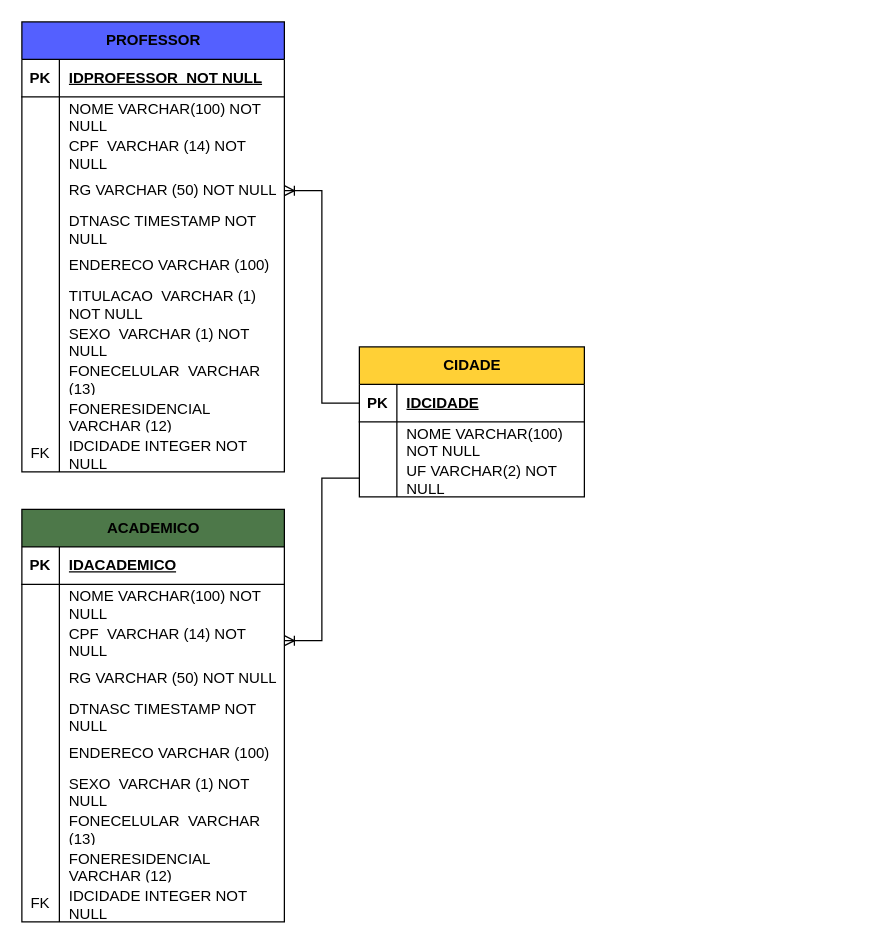
joaopaulopossamai/Banco-de-dados keeps this draw.io diagram as Diagrama sem nome2.drawio. Above is the earlier version. Source tidied: cells renumbered, new cells numbered last; positions are measured from the earlier drawing's top-left corner, leaving out a move shared by most shapes. Both pictures are drawn from the tidied source at 125%, with x=0, y=0 at pixel (21, 21).
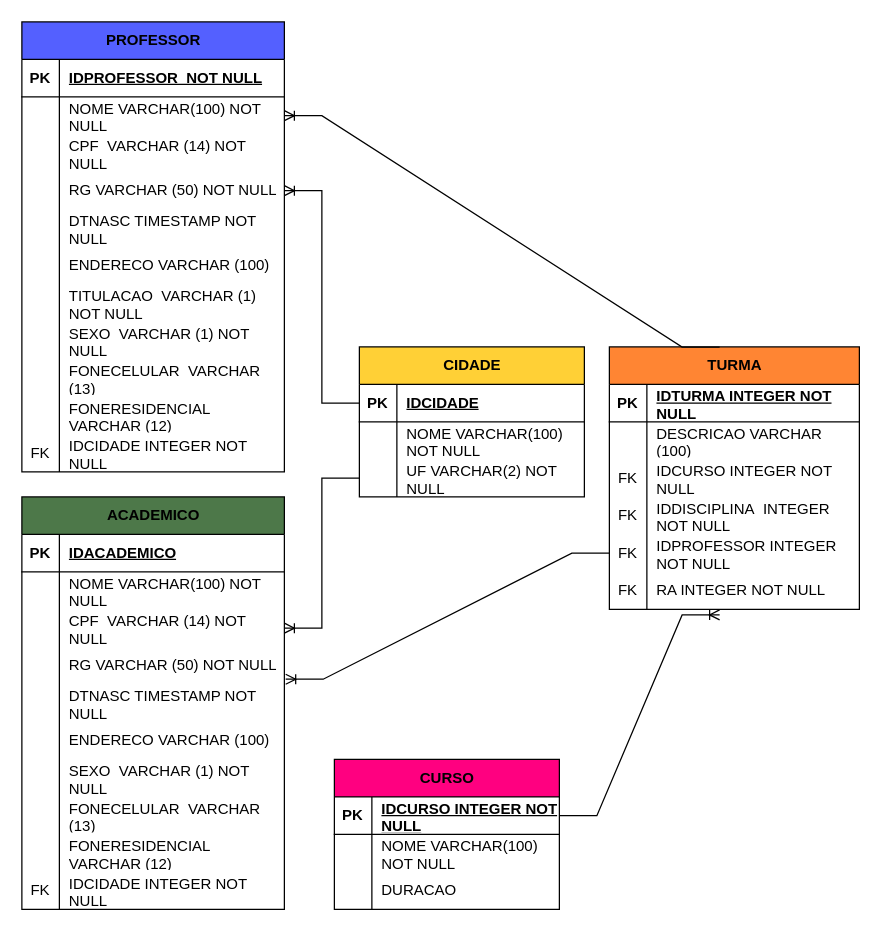
After the change.

Unchanged cells that the change refers to:
```xml
<mxCell id="16" style="shape=tableRow;horizontal=0;startSize=0;swimlaneHead=0;swimlaneBody=0;fillColor=none;points=[[0,0.5],[1,0.5]];portConstraint=eastwest;top=0;left=0;right=0;bottom=0;" parent="12" vertex="1">
  <mxGeometry y="60" width="210" height="30" as="geometry" />
</mxCell>
<mxCell id="59" style="shape=tableRow;horizontal=0;startSize=0;swimlaneHead=0;swimlaneBody=0;fillColor=none;points=[[0,0.5],[1,0.5]];portConstraint=eastwest;top=0;left=0;right=0;bottom=0;" parent="46" vertex="1">
  <mxGeometry y="150" width="210" height="30" as="geometry" />
</mxCell>
```

What changed in the source:
```diff
@@
     <mxCell id="46" value="ACADEMICO" style="shape=table;startSize=30;childLayout=tableLayout;rowLines=0;fontStyle=1;align=center;html=1;fillColor=#4D7849;" parent="1" vertex="1">
-      <mxGeometry y="390" width="210" height="330" as="geometry" />
+      <mxGeometry y="380" width="210" height="330" as="geometry" />
     </mxCell>
@@
+    <mxCell id="79" value="CURSO" style="shape=table;startSize=30;childLayout=tableLayout;rowLines=0;fontStyle=1;align=center;html=1;fillColor=#FF0080;" parent="1" vertex="1">
+      <mxGeometry x="250" y="590" width="180" height="120" as="geometry" />
+    </mxCell>
+    <mxCell id="80" style="shape=tableRow;horizontal=0;startSize=0;swimlaneHead=0;swimlaneBody=0;fillColor=none;points=[[0,0.5],[1,0.5]];portConstraint=eastwest;top=0;left=0;right=0;bottom=1;" parent="79" vertex="1">
+      <mxGeometry y="30" width="180" height="30" as="geometry" />
+    </mxCell>
+    <mxCell id="81" value="PK" style="shape=partialRectangle;fillColor=none;top=0;left=0;bottom=0;right=0;fontStyle=1;overflow=hidden;whiteSpace=wrap;html=1;" parent="80" vertex="1">
+      <mxGeometry width="30" height="30" as="geometry" />
+    </mxCell>
+    <mxCell id="82" value="IDCURSO INTEGER NOT NULL" style="shape=partialRectangle;fillColor=none;top=0;left=0;bottom=0;right=0;align=left;spacingLeft=6;fontStyle=5;overflow=hidden;whiteSpace=wrap;html=1;" parent="80" vertex="1">
+      <mxGeometry x="30" width="150" height="30" as="geometry" />
+    </mxCell>
+    <mxCell id="83" style="shape=tableRow;horizontal=0;startSize=0;swimlaneHead=0;swimlaneBody=0;fillColor=none;top=0;left=0;right=0;bottom=0;" parent="79" vertex="1">
+      <mxGeometry y="60" width="180" height="30" as="geometry" />
+    </mxCell>
+    <mxCell id="84" style="shape=partialRectangle;fillColor=none;top=0;left=0;bottom=0;right=0;overflow=hidden;whiteSpace=wrap;html=1;" parent="83" vertex="1">
+      <mxGeometry width="30" height="30" as="geometry" />
+    </mxCell>
+    <mxCell id="85" value="NOME VARCHAR(100) NOT NULL&amp;nbsp;" style="shape=partialRectangle;fillColor=none;top=0;left=0;bottom=0;right=0;align=left;spacingLeft=6;overflow=hidden;whiteSpace=wrap;html=1;" parent="83" vertex="1">
+      <mxGeometry x="30" width="150" height="30" as="geometry" />
+    </mxCell>
+    <mxCell id="86" style="shape=tableRow;horizontal=0;startSize=0;swimlaneHead=0;swimlaneBody=0;fillColor=none;top=0;left=0;right=0;bottom=0;" parent="79" vertex="1">
+      <mxGeometry y="90" width="180" height="30" as="geometry" />
+    </mxCell>
+    <mxCell id="87" style="shape=partialRectangle;fillColor=none;top=0;left=0;bottom=0;right=0;overflow=hidden;whiteSpace=wrap;html=1;" parent="86" vertex="1">
+      <mxGeometry width="30" height="30" as="geometry" />
+    </mxCell>
+    <mxCell id="88" value="DURACAO" style="shape=partialRectangle;fillColor=none;top=0;left=0;bottom=0;right=0;align=left;spacingLeft=6;overflow=hidden;whiteSpace=wrap;html=1;" parent="86" vertex="1">
+      <mxGeometry x="30" width="150" height="30" as="geometry" />
+    </mxCell>
+    <mxCell id="89" value="TURMA" style="shape=table;startSize=30;childLayout=tableLayout;rowLines=0;fontStyle=1;align=center;html=1;fillColor=#FF8533;" parent="1" vertex="1">
+      <mxGeometry x="470" y="260" width="200" height="210" as="geometry" />
+    </mxCell>
+    <mxCell id="90" style="shape=tableRow;horizontal=0;startSize=0;swimlaneHead=0;swimlaneBody=0;fillColor=none;top=0;left=0;right=0;bottom=1;" parent="89" vertex="1">
+      <mxGeometry y="30" width="200" height="30" as="geometry" />
+    </mxCell>
+    <mxCell id="91" value="PK" style="shape=partialRectangle;fillColor=none;top=0;left=0;bottom=0;right=0;fontStyle=1;overflow=hidden;whiteSpace=wrap;html=1;" parent="90" vertex="1">
+      <mxGeometry width="30" height="30" as="geometry" />
+    </mxCell>
+    <mxCell id="92" value="IDTURMA INTEGER NOT NULL" style="shape=partialRectangle;fillColor=none;top=0;left=0;bottom=0;right=0;align=left;spacingLeft=6;fontStyle=5;overflow=hidden;whiteSpace=wrap;html=1;" parent="90" vertex="1">
+      <mxGeometry x="30" width="170" height="30" as="geometry" />
+    </mxCell>
+    <mxCell id="93" style="shape=tableRow;horizontal=0;startSize=0;swimlaneHead=0;swimlaneBody=0;fillColor=none;top=0;left=0;right=0;bottom=0;" parent="89" vertex="1">
+      <mxGeometry y="60" width="200" height="30" as="geometry" />
+    </mxCell>
+    <mxCell id="94" style="shape=partialRectangle;fillColor=none;top=0;left=0;bottom=0;right=0;overflow=hidden;whiteSpace=wrap;html=1;" parent="93" vertex="1">
+      <mxGeometry width="30" height="30" as="geometry" />
+    </mxCell>
+    <mxCell id="95" value="DESCRICAO VARCHAR (100)" style="shape=partialRectangle;fillColor=none;top=0;left=0;bottom=0;right=0;align=left;spacingLeft=6;overflow=hidden;whiteSpace=wrap;html=1;" parent="93" vertex="1">
+      <mxGeometry x="30" width="170" height="30" as="geometry" />
+    </mxCell>
+    <mxCell id="96" style="shape=tableRow;horizontal=0;startSize=0;swimlaneHead=0;swimlaneBody=0;fillColor=none;top=0;left=0;right=0;bottom=0;" parent="89" vertex="1">
+      <mxGeometry y="90" width="200" height="30" as="geometry" />
+    </mxCell>
+    <mxCell id="97" value="FK" style="shape=partialRectangle;fillColor=none;top=0;left=0;bottom=0;right=0;overflow=hidden;whiteSpace=wrap;html=1;" parent="96" vertex="1">
+      <mxGeometry width="30" height="30" as="geometry" />
+    </mxCell>
+    <mxCell id="98" value="IDCURSO INTEGER NOT NULL" style="shape=partialRectangle;fillColor=none;top=0;left=0;bottom=0;right=0;align=left;spacingLeft=6;overflow=hidden;whiteSpace=wrap;html=1;" parent="96" vertex="1">
+      <mxGeometry x="30" width="170" height="30" as="geometry" />
+    </mxCell>
+    <mxCell id="99" style="shape=tableRow;horizontal=0;startSize=0;swimlaneHead=0;swimlaneBody=0;fillColor=none;top=0;left=0;right=0;bottom=0;" parent="89" vertex="1">
+      <mxGeometry y="120" width="200" height="30" as="geometry" />
+    </mxCell>
+    <mxCell id="100" value="FK" style="shape=partialRectangle;fillColor=none;top=0;left=0;bottom=0;right=0;overflow=hidden;whiteSpace=wrap;html=1;" parent="99" vertex="1">
+      <mxGeometry width="30" height="30" as="geometry" />
+    </mxCell>
+    <mxCell id="101" value="IDDISCIPLINA&amp;nbsp; INTEGER NOT NULL" style="shape=partialRectangle;fillColor=none;top=0;left=0;bottom=0;right=0;align=left;spacingLeft=6;overflow=hidden;whiteSpace=wrap;html=1;" parent="99" vertex="1">
+      <mxGeometry x="30" width="170" height="30" as="geometry" />
+    </mxCell>
+    <mxCell id="102" style="shape=tableRow;horizontal=0;startSize=0;swimlaneHead=0;swimlaneBody=0;fillColor=none;points=[[0,0.5],[1,0.5]];portConstraint=eastwest;top=0;left=0;right=0;bottom=0;" parent="89" vertex="1">
+      <mxGeometry y="150" width="200" height="30" as="geometry" />
+    </mxCell>
+    <mxCell id="103" value="FK" style="shape=partialRectangle;fillColor=none;top=0;left=0;bottom=0;right=0;overflow=hidden;whiteSpace=wrap;html=1;" parent="102" vertex="1">
+      <mxGeometry width="30" height="30" as="geometry" />
+    </mxCell>
+    <mxCell id="104" value="IDPROFESSOR INTEGER NOT NULL" style="shape=partialRectangle;fillColor=none;top=0;left=0;bottom=0;right=0;align=left;spacingLeft=6;overflow=hidden;whiteSpace=wrap;html=1;" parent="102" vertex="1">
+      <mxGeometry x="30" width="170" height="30" as="geometry" />
+    </mxCell>
+    <mxCell id="105" style="shape=tableRow;horizontal=0;startSize=0;swimlaneHead=0;swimlaneBody=0;fillColor=none;points=[[0,0.5],[1,0.5]];portConstraint=eastwest;top=0;left=0;right=0;bottom=0;" parent="89" vertex="1">
+      <mxGeometry y="180" width="200" height="30" as="geometry" />
+    </mxCell>
+    <mxCell id="106" value="FK" style="shape=partialRectangle;fillColor=none;top=0;left=0;bottom=0;right=0;overflow=hidden;whiteSpace=wrap;html=1;" parent="105" vertex="1">
+      <mxGeometry width="30" height="30" as="geometry" />
+    </mxCell>
+    <mxCell id="107" value="RA INTEGER NOT NULL" style="shape=partialRectangle;fillColor=none;top=0;left=0;bottom=0;right=0;align=left;spacingLeft=6;overflow=hidden;whiteSpace=wrap;html=1;" parent="105" vertex="1">
+      <mxGeometry x="30" width="170" height="30" as="geometry" />
+    </mxCell>
+    <mxCell id="108" style="edgeStyle=entityRelationEdgeStyle;fontSize=12;html=1;endArrow=ERoneToMany;rounded=0;exitX=0.441;exitY=0.001;exitDx=0;exitDy=0;exitPerimeter=0;entryX=1;entryY=0.5;entryDx=0;entryDy=0;" parent="1" edge="1" source="89" target="16">
+      <mxGeometry relative="1" as="geometry" />
+    </mxCell>
+    <mxCell id="109" style="edgeStyle=entityRelationEdgeStyle;fontSize=12;html=1;endArrow=ERoneToMany;rounded=0;entryX=1.005;entryY=-0.138;entryDx=0;entryDy=0;entryPerimeter=0;exitX=0;exitY=0.5;exitDx=0;exitDy=0;" parent="1" edge="1" source="102" target="59">
+      <mxGeometry relative="1" as="geometry" />
+    </mxCell>
+    <mxCell id="110" style="edgeStyle=entityRelationEdgeStyle;fontSize=12;html=1;endArrow=ERoneToMany;rounded=0;entryX=0.441;entryY=1.148;entryDx=0;entryDy=0;entryPerimeter=0;exitX=1;exitY=0.5;exitDx=0;exitDy=0;" parent="1" edge="1" source="80" target="105">
+      <mxGeometry relative="1" as="geometry" />
+    </mxCell>
```
